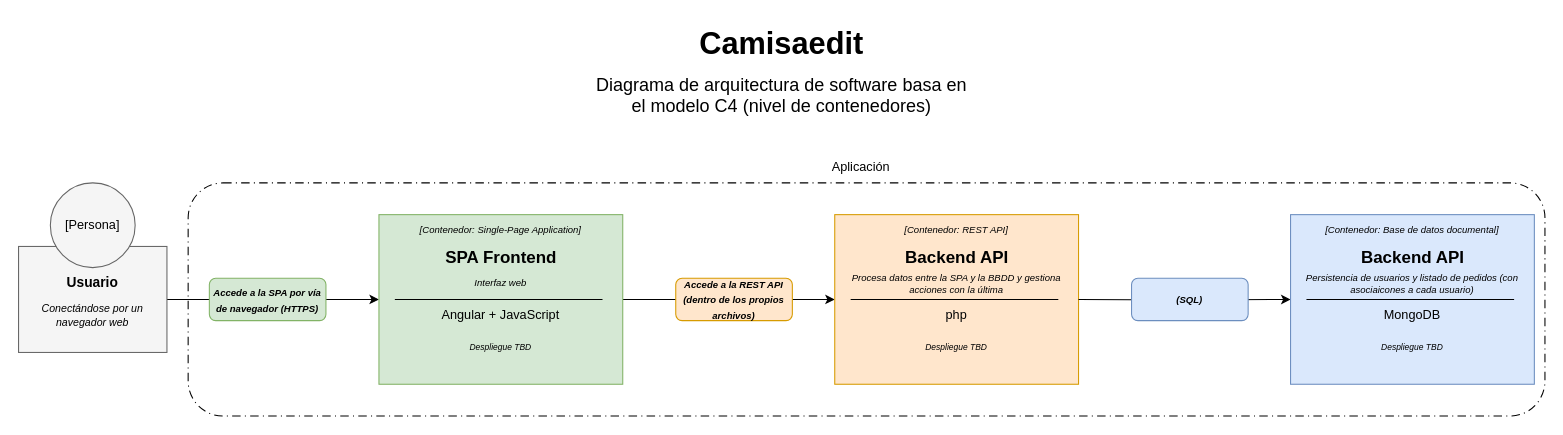
Above: Docs a Entregar/docs_imgs/arquitectura_daw.drawio in iru-borreda-bin/proyecto-daw-2025-2026 (draw.io), before the change. Source tidied: cells renumbered, new cells numbered last; positions are measured from the earlier drawing's top-left corner, leaving out a move shared by most shapes. Both pictures are drawn from the tidied source at 106%, with x=0, y=0 at pixel (18, 18).
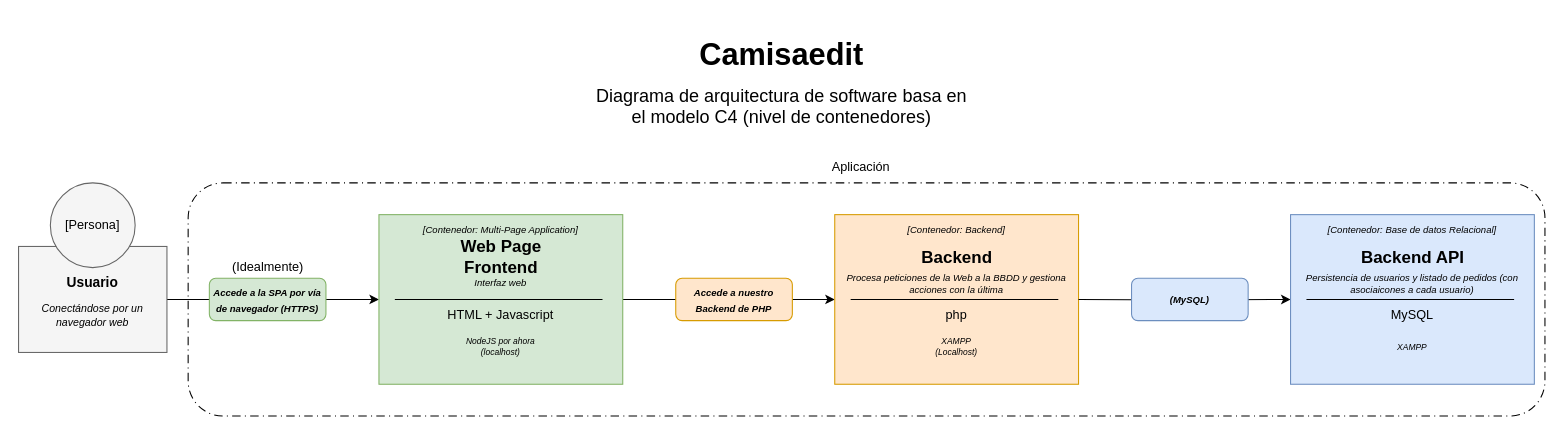
Above is the later version.

The edit, as a diff of the source:
```diff
@@
     <mxCell id="3" value="&lt;h1 style=&quot;margin-top: 0px; margin-bottom: 5px;&quot;&gt;&lt;font style=&quot;font-size: 29px;&quot;&gt;Camisaedit&lt;/font&gt;&lt;/h1&gt;&lt;p&gt;&lt;font style=&quot;font-size: 17px;&quot;&gt;Diagrama de arquitectura de software basa en el modelo C4 (nivel de contenedores)&lt;/font&gt;&lt;/p&gt;" style="text;html=1;whiteSpace=wrap;overflow=hidden;rounded=0;align=center;" parent="1" vertex="1">
-      <mxGeometry x="540" width="360" height="100" as="geometry" />
+      <mxGeometry x="540" y="10" width="360" height="100" as="geometry" />
     </mxCell>
@@
-    <mxCell id="14" value="&lt;font style=&quot;color: rgb(0, 0, 0);&quot;&gt;Angular&amp;nbsp;&lt;span style=&quot;background-color: transparent;&quot;&gt;+ JavaScript&lt;/span&gt;&lt;/font&gt;" style="text;html=1;whiteSpace=wrap;strokeColor=none;fillColor=none;align=center;verticalAlign=middle;rounded=0;fontColor=#000000;" parent="1" vertex="1">
+    <mxCell id="14" value="&lt;font color=&quot;#000000&quot;&gt;HTML + Javascript&lt;/font&gt;" style="text;html=1;whiteSpace=wrap;strokeColor=none;fillColor=none;align=center;verticalAlign=middle;rounded=0;fontColor=#000000;" parent="1" vertex="1">
       <mxGeometry x="390" y="265" width="130" height="30" as="geometry" />
     </mxCell>
-    <mxCell id="15" value="Despliegue TBD" style="text;html=1;whiteSpace=wrap;strokeColor=none;fillColor=none;align=center;verticalAlign=middle;rounded=0;fontSize=8;fontColor=#000000;fontStyle=2;" parent="1" vertex="1">
+    <mxCell id="15" value="&lt;font style=&quot;color: rgb(0, 0, 0);&quot;&gt;NodeJS por ahora&lt;/font&gt;&lt;div&gt;&lt;font style=&quot;color: rgb(0, 0, 0);&quot;&gt;(localhost)&lt;/font&gt;&lt;/div&gt;" style="text;html=1;whiteSpace=wrap;strokeColor=none;fillColor=none;align=center;verticalAlign=middle;rounded=0;fontSize=8;fontColor=#000000;fontStyle=2;" parent="1" vertex="1">
       <mxGeometry x="420" y="295" width="70" height="30" as="geometry" />
     </mxCell>
-    <mxCell id="16" value="&lt;b&gt;&lt;font style=&quot;font-size: 16px;&quot;&gt;SPA Frontend&lt;/font&gt;&lt;/b&gt;" style="text;html=1;whiteSpace=wrap;strokeColor=none;fillColor=none;align=center;verticalAlign=middle;rounded=0;fontColor=#000000;" parent="1" vertex="1">
+    <mxCell id="16" value="&lt;b&gt;&lt;font style=&quot;font-size: 16px;&quot;&gt;Web Page Frontend&lt;/font&gt;&lt;/b&gt;" style="text;html=1;whiteSpace=wrap;strokeColor=none;fillColor=none;align=center;verticalAlign=middle;rounded=0;fontColor=#000000;" parent="1" vertex="1">
       <mxGeometry x="398.8" y="215" width="112.5" height="20" as="geometry" />
     </mxCell>
@@
-    <mxCell id="18" value="[Contenedor: Single-Page Application]" style="text;html=1;whiteSpace=wrap;strokeColor=none;fillColor=none;align=center;verticalAlign=middle;rounded=0;fontSize=9;fontStyle=2;fontColor=#000000;" parent="1" vertex="1">
+    <mxCell id="18" value="[Contenedor: Multi-Page Application]" style="text;html=1;whiteSpace=wrap;strokeColor=none;fillColor=none;align=center;verticalAlign=middle;rounded=0;fontSize=9;fontStyle=2;fontColor=#000000;" parent="1" vertex="1">
       <mxGeometry x="345" y="185" width="220" height="30" as="geometry" />
     </mxCell>
@@
-    <mxCell id="21" value="&lt;b style=&quot;color: rgb(0, 0, 0); font-size: 9px; line-height: 8.1px;&quot;&gt;&lt;i&gt;Accede a la REST API (dentro de los propios archivos)&lt;/i&gt;&lt;/b&gt;" style="text;html=1;whiteSpace=wrap;strokeColor=none;fillColor=none;align=center;verticalAlign=middle;rounded=0;" parent="1" vertex="1">
+    <mxCell id="21" value="&lt;b style=&quot;color: rgb(0, 0, 0); font-size: 9px; line-height: 8.1px;&quot;&gt;&lt;i&gt;Accede a nuestro Backend de PHP&lt;/i&gt;&lt;/b&gt;" style="text;html=1;whiteSpace=wrap;strokeColor=none;fillColor=none;align=center;verticalAlign=middle;rounded=0;" parent="1" vertex="1">
       <mxGeometry x="620" y="250" width="110" height="30" as="geometry" />
     </mxCell>
@@
-    <mxCell id="24" value="Despliegue TBD" style="text;html=1;whiteSpace=wrap;strokeColor=none;fillColor=none;align=center;verticalAlign=middle;rounded=0;fontSize=8;fontColor=#000000;fontStyle=2;" parent="1" vertex="1">
+    <mxCell id="24" value="XAMPP&lt;div&gt;(Localhost&lt;span style=&quot;background-color: transparent; color: light-dark(rgb(0, 0, 0), rgb(237, 237, 237));&quot;&gt;)&lt;/span&gt;&lt;/div&gt;" style="text;html=1;whiteSpace=wrap;strokeColor=none;fillColor=none;align=center;verticalAlign=middle;rounded=0;fontSize=8;fontColor=#000000;fontStyle=2;" parent="1" vertex="1">
       <mxGeometry x="850" y="295" width="70" height="30" as="geometry" />
     </mxCell>
-    <mxCell id="25" value="&lt;b&gt;&lt;font style=&quot;font-size: 16px;&quot;&gt;Backend API&lt;/font&gt;&lt;/b&gt;" style="text;html=1;whiteSpace=wrap;strokeColor=none;fillColor=none;align=center;verticalAlign=middle;rounded=0;fontColor=#000000;" parent="1" vertex="1">
+    <mxCell id="25" value="&lt;b&gt;&lt;font style=&quot;font-size: 16px;&quot;&gt;Backend&lt;/font&gt;&lt;/b&gt;" style="text;html=1;whiteSpace=wrap;strokeColor=none;fillColor=none;align=center;verticalAlign=middle;rounded=0;fontColor=#000000;" parent="1" vertex="1">
       <mxGeometry x="828.8" y="215" width="112.5" height="20" as="geometry" />
     </mxCell>
-    <mxCell id="26" value="Procesa datos entre la SPA y la BBDD y gestiona acciones con la última" style="text;html=1;whiteSpace=wrap;strokeColor=none;fillColor=none;align=center;verticalAlign=middle;rounded=0;fontSize=9;fontStyle=2;fontColor=#000000;" parent="1" vertex="1">
+    <mxCell id="26" value="&lt;font style=&quot;color: rgb(0, 0, 0);&quot;&gt;Procesa peticiones de la Web a&amp;nbsp;&lt;span style=&quot;background-color: transparent;&quot;&gt;la BBDD y gestiona acciones con la última&lt;/span&gt;&lt;/font&gt;" style="text;html=1;whiteSpace=wrap;strokeColor=none;fillColor=none;align=center;verticalAlign=middle;rounded=0;fontSize=9;fontStyle=2;fontColor=#000000;" parent="1" vertex="1">
       <mxGeometry x="775" y="235" width="220" height="30" as="geometry" />
     </mxCell>
-    <mxCell id="27" value="[Contenedor: REST API]" style="text;html=1;whiteSpace=wrap;strokeColor=none;fillColor=none;align=center;verticalAlign=middle;rounded=0;fontSize=9;fontStyle=2;fontColor=#000000;" parent="1" vertex="1">
+    <mxCell id="27" value="[Contenedor: Backend]" style="text;html=1;whiteSpace=wrap;strokeColor=none;fillColor=none;align=center;verticalAlign=middle;rounded=0;fontSize=9;fontStyle=2;fontColor=#000000;" parent="1" vertex="1">
       <mxGeometry x="775" y="185" width="220" height="30" as="geometry" />
     </mxCell>
@@
-    <mxCell id="31" value="&lt;b style=&quot;color: rgb(0, 0, 0); font-size: 9px; line-height: 8.1px;&quot;&gt;&lt;i&gt;(SQL)&lt;/i&gt;&lt;/b&gt;" style="text;html=1;whiteSpace=wrap;strokeColor=none;fillColor=none;align=center;verticalAlign=middle;rounded=0;" parent="1" vertex="1">
+    <mxCell id="31" value="&lt;b style=&quot;color: rgb(0, 0, 0); font-size: 9px; line-height: 8.1px;&quot;&gt;&lt;i&gt;(MySQL)&lt;/i&gt;&lt;/b&gt;" style="text;html=1;whiteSpace=wrap;strokeColor=none;fillColor=none;align=center;verticalAlign=middle;rounded=0;" parent="1" vertex="1">
       <mxGeometry x="1050" y="250" width="110" height="30" as="geometry" />
     </mxCell>
@@
-    <mxCell id="33" value="&lt;font style=&quot;color: rgb(0, 0, 0);&quot;&gt;Mo&lt;span style=&quot;background-color: transparent;&quot;&gt;ngoDB&lt;/span&gt;&lt;/font&gt;" style="text;html=1;whiteSpace=wrap;strokeColor=none;fillColor=none;align=center;verticalAlign=middle;rounded=0;fontColor=#000000;" parent="1" vertex="1">
+    <mxCell id="33" value="&lt;font color=&quot;#000000&quot;&gt;MySQL&lt;/font&gt;" style="text;html=1;whiteSpace=wrap;strokeColor=none;fillColor=none;align=center;verticalAlign=middle;rounded=0;fontColor=#000000;" parent="1" vertex="1">
       <mxGeometry x="1250" y="265" width="130" height="30" as="geometry" />
     </mxCell>
-    <mxCell id="34" value="Despliegue TBD" style="text;html=1;whiteSpace=wrap;strokeColor=none;fillColor=none;align=center;verticalAlign=middle;rounded=0;fontSize=8;fontColor=#000000;fontStyle=2;" parent="1" vertex="1">
+    <mxCell id="34" value="XAMPP" style="text;html=1;whiteSpace=wrap;strokeColor=none;fillColor=none;align=center;verticalAlign=middle;rounded=0;fontSize=8;fontColor=#000000;fontStyle=2;" parent="1" vertex="1">
       <mxGeometry x="1280" y="295" width="70" height="30" as="geometry" />
     </mxCell>
@@
-    <mxCell id="37" value="[Contenedor: Base de datos documental]" style="text;html=1;whiteSpace=wrap;strokeColor=none;fillColor=none;align=center;verticalAlign=middle;rounded=0;fontSize=9;fontStyle=2;fontColor=#000000;" parent="1" vertex="1">
+    <mxCell id="37" value="[Contenedor: Base de datos Relacional]" style="text;html=1;whiteSpace=wrap;strokeColor=none;fillColor=none;align=center;verticalAlign=middle;rounded=0;fontSize=9;fontStyle=2;fontColor=#000000;" parent="1" vertex="1">
       <mxGeometry x="1205" y="185" width="220" height="30" as="geometry" />
     </mxCell>
@@
+    <mxCell id="39" value="(Idealmente)" style="text;html=1;whiteSpace=wrap;strokeColor=none;fillColor=none;align=center;verticalAlign=middle;rounded=0;" parent="1" vertex="1">
+      <mxGeometry x="197.5" y="220" width="75" height="30" as="geometry" />
+    </mxCell>
```
